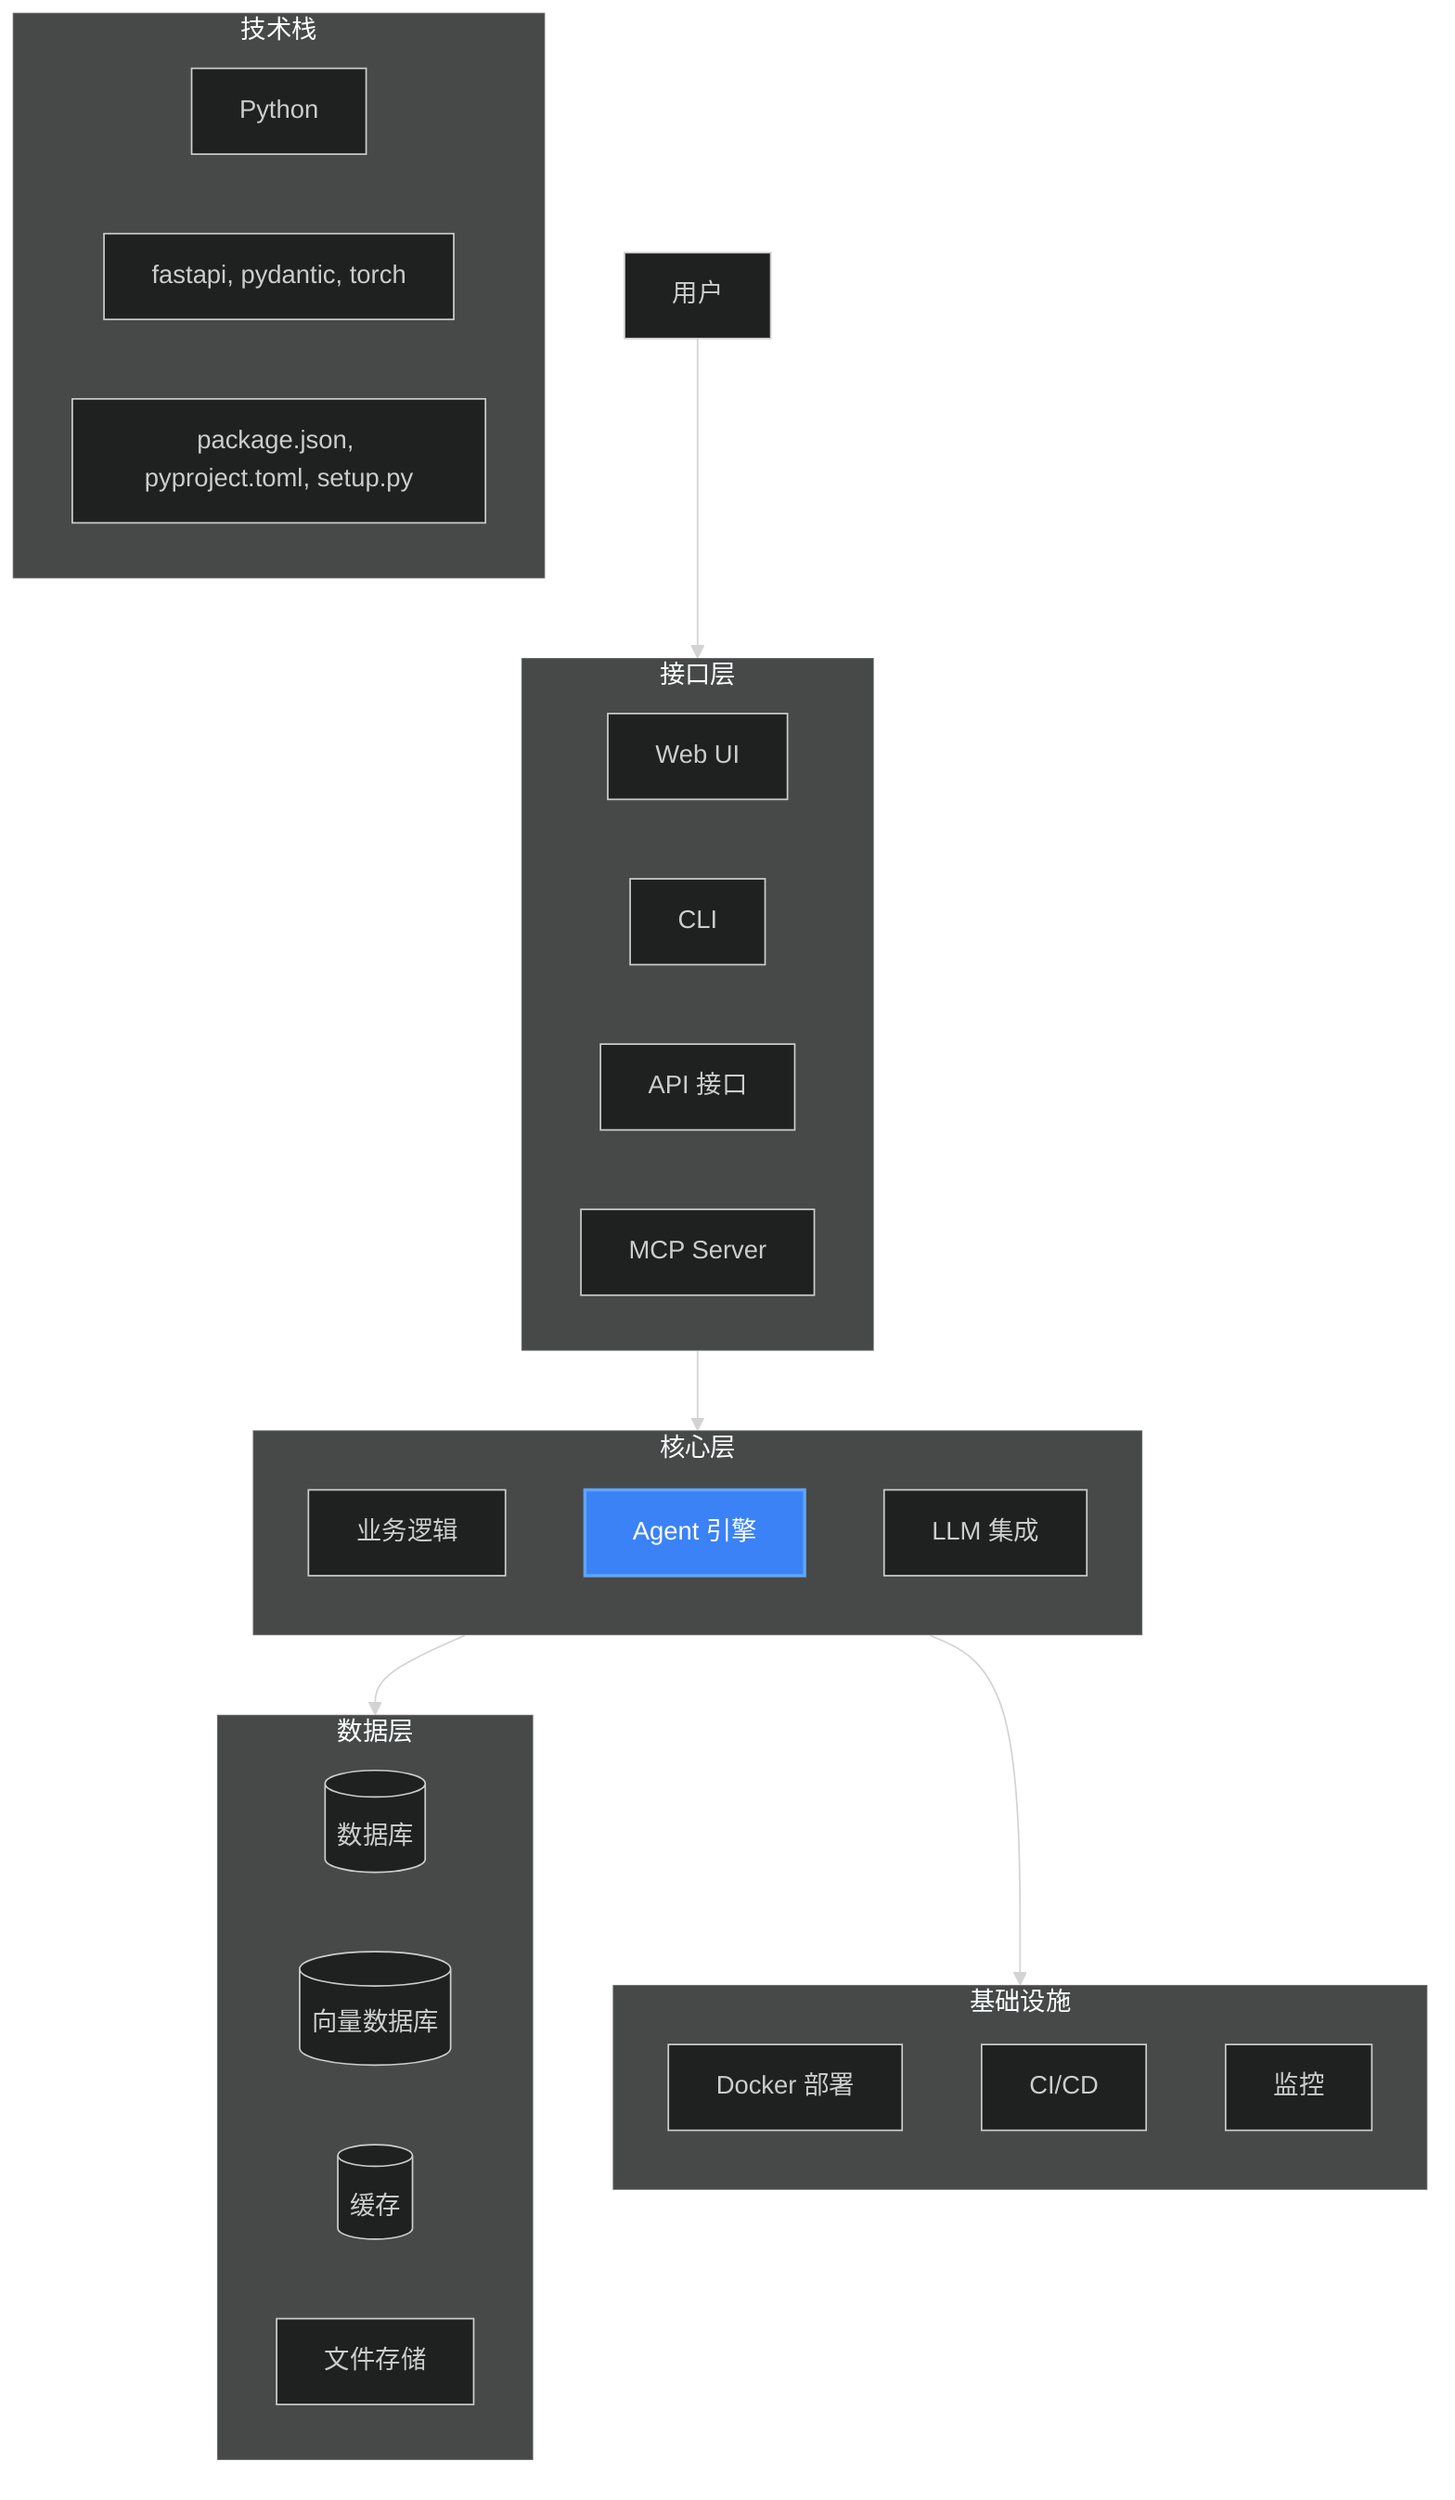
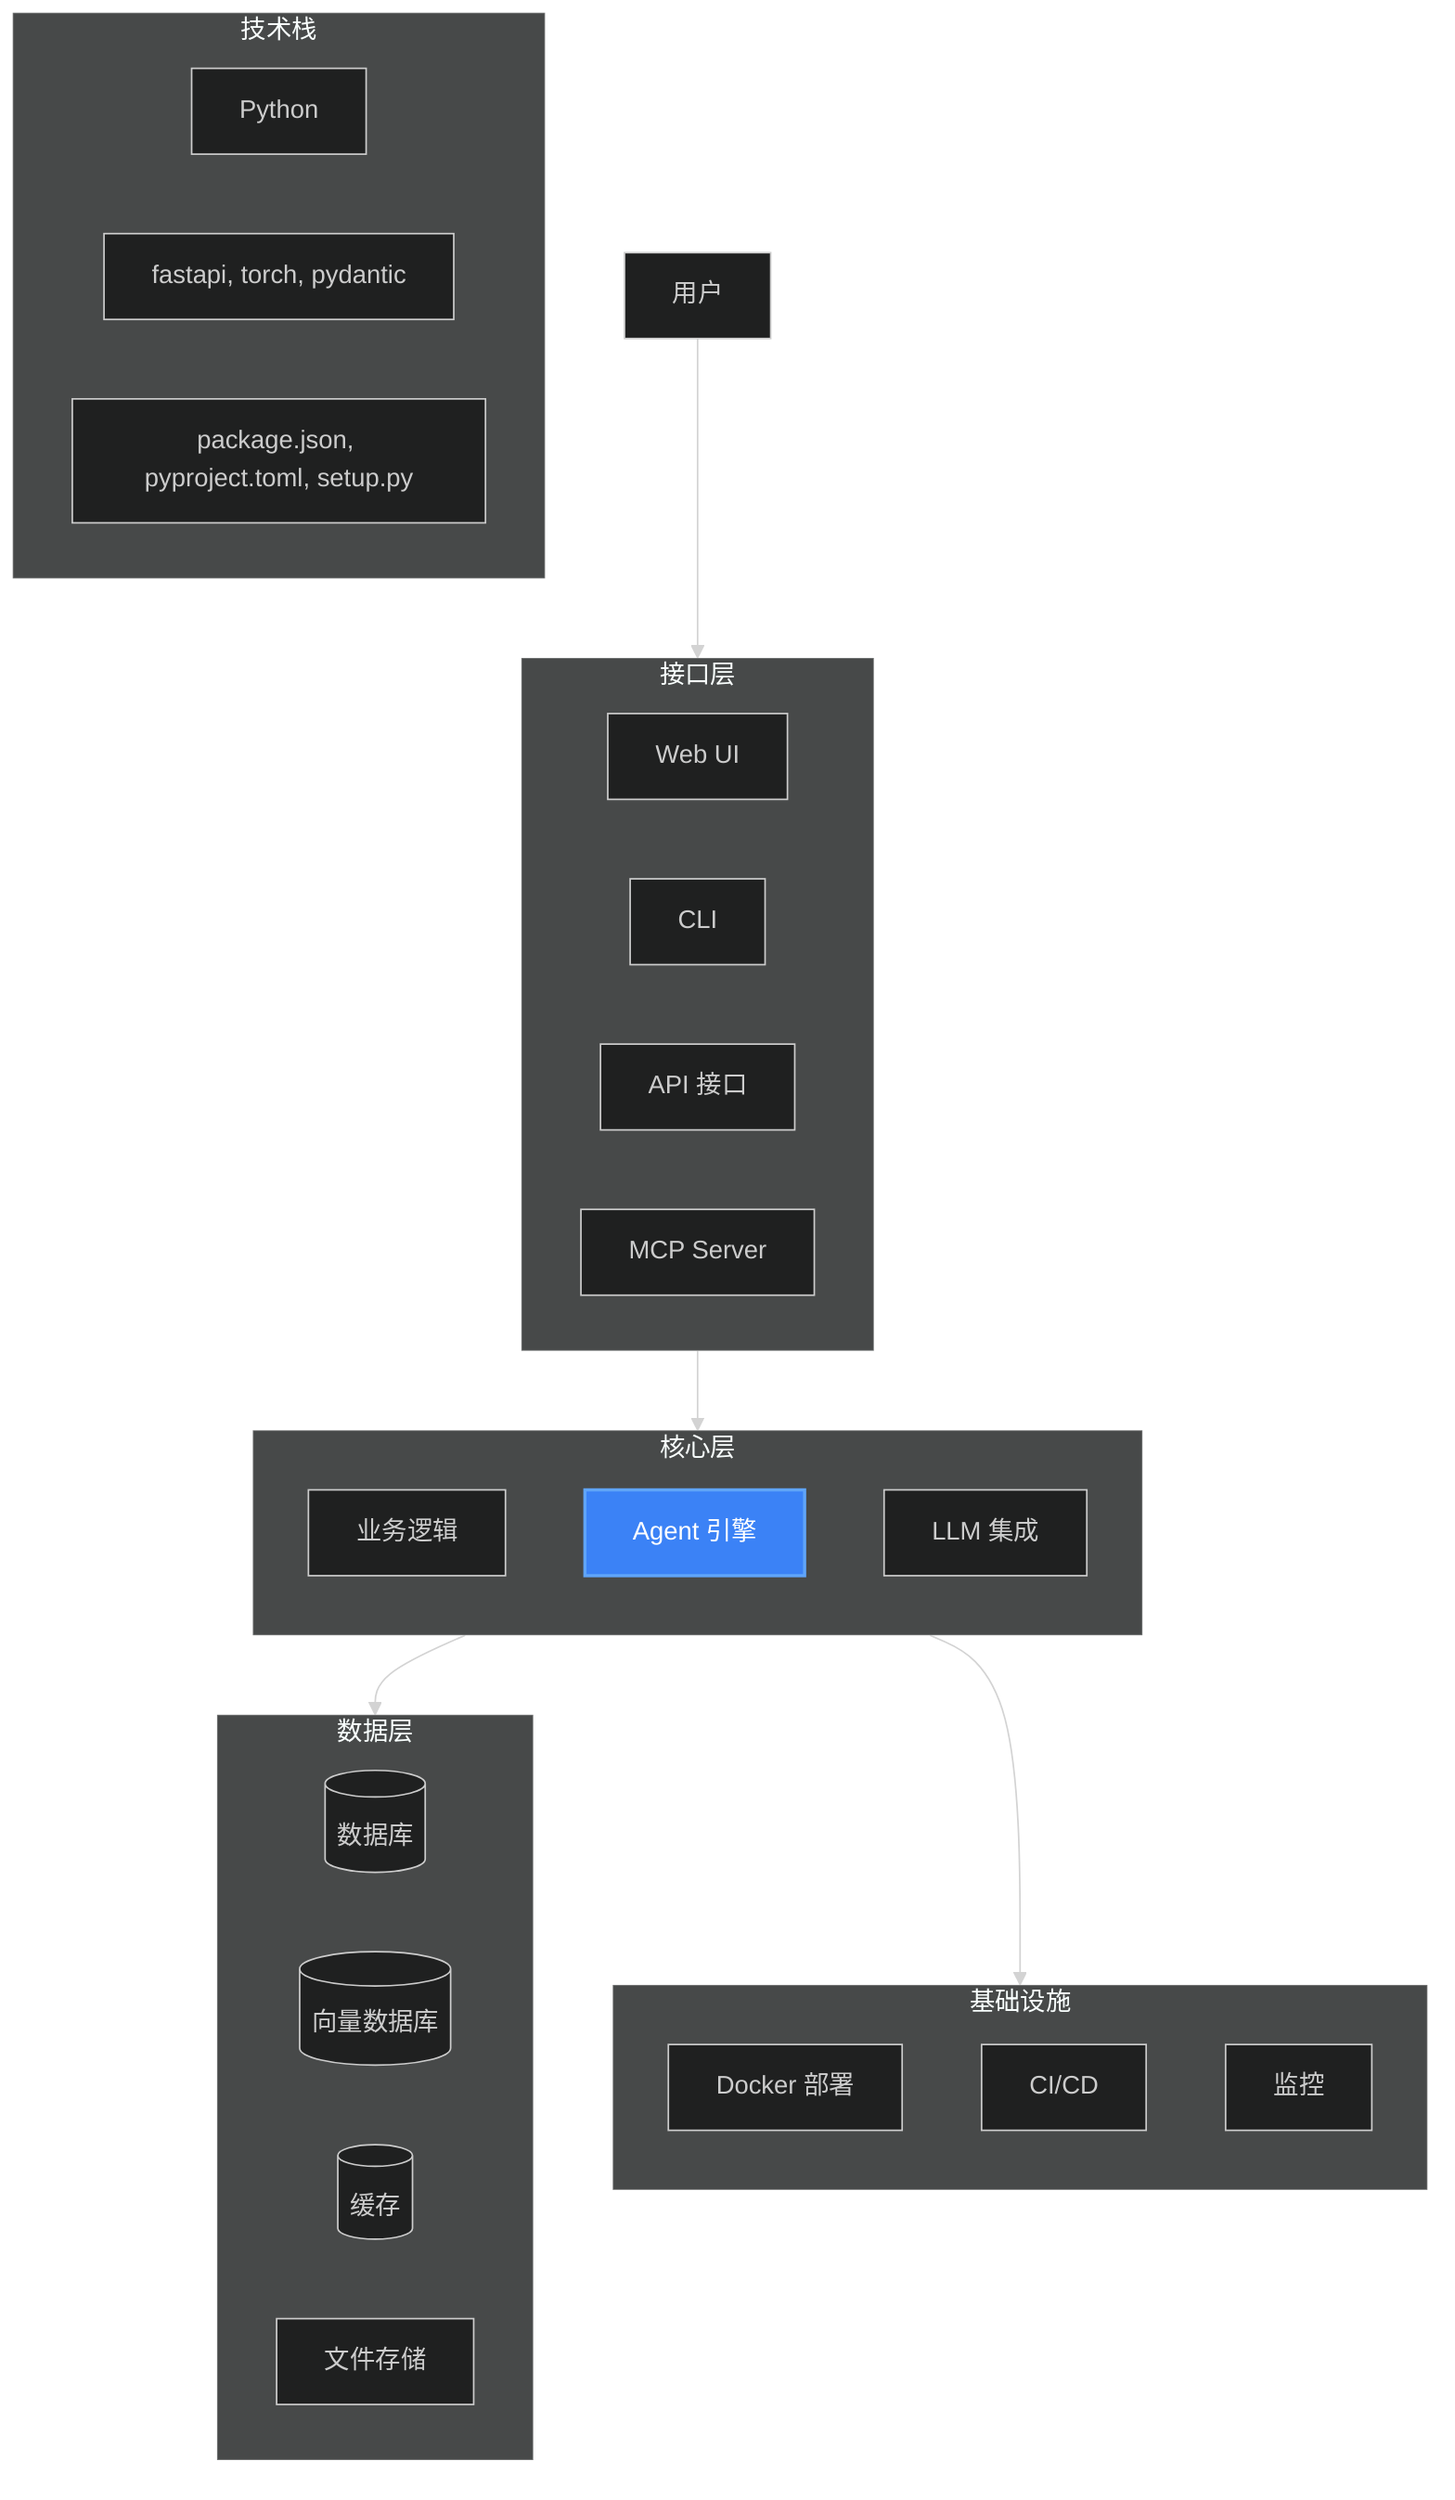
%%{init: {'theme': 'dark'}}%%
graph TB
    User[用户] --> Interface[接口层]

    subgraph Interface[接口层]
        direction LR
        WebUI[Web UI]
        CLI[CLI]
        API[API 接口]
        MCP[MCP Server]
    end

    subgraph Core[核心层]
        direction TB
        Business[业务逻辑]
        AgentEngine[Agent 引擎]:::highlight
        LLM[LLM 集成]
    end

    subgraph Data[数据层]
        direction LR
        Database[(数据库)]
        VectorDB[(向量数据库)]
        Cache[(缓存)]
        Files[文件存储]
    end

    subgraph Infra[基础设施]
        direction TB
        Docker[Docker 部署]
        CI/CD[CI/CD]
        Monitoring[监控]
    end

    Interface --> Core
    Core --> Data
    Core --> Infra

    classDef highlight fill:#3b82f6,stroke:#60a5fa,stroke-width:2px,color:white

    %% 技术栈信息
    subgraph TechStack[技术栈]
        direction LR
        Lang[Python]
-         FW[fastapi, pydantic, torch]
+         FW[fastapi, torch, pydantic]
        Deps[package.json, pyproject.toml, setup.py]
    end
